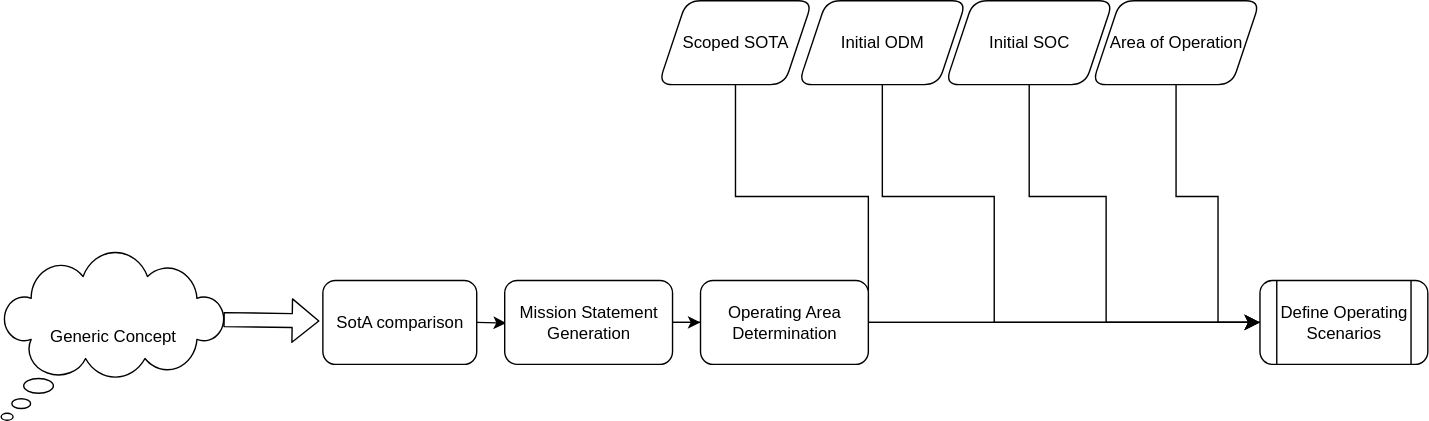
Earlier version of the draw.io export src/diagrams/Step-1.svg (TortoiseFather/sacred-site). Source tidied: cells renumbered, new cells last; positions are measured from the earlier drawing's top-left corner, leaving out a move shared by most shapes.
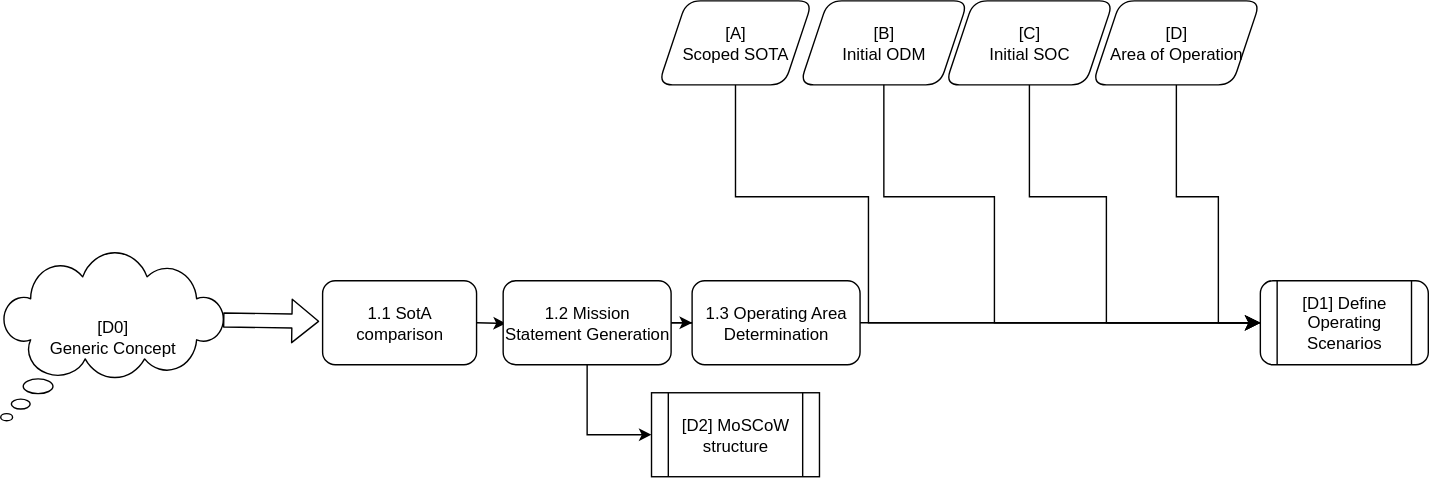
The same diagram one commit later.

What changed in the source:
```diff
@@ -2,7 +2,7 @@
   <root>
     <mxCell id="0" />
     <mxCell id="1" parent="0" />
-    <mxCell id="2" value="Generic Concept" style="whiteSpace=wrap;html=1;shape=mxgraph.basic.cloud_callout;rounded=1;fontColor=#000000;fillColor=#FFFFFF;strokeColor=#000000;" parent="1" vertex="1">
+    <mxCell id="2" value="[D0]&lt;div&gt;Generic Concept&lt;/div&gt;" style="whiteSpace=wrap;html=1;shape=mxgraph.basic.cloud_callout;rounded=1;fontColor=#000000;fillColor=#FFFFFF;strokeColor=#000000;" parent="1" vertex="1">
       <mxGeometry y="180" width="160" height="120" as="geometry" />
     </mxCell>
     <mxCell id="3" style="shape=flexArrow;endArrow=classic;html=1;rounded=1;exitX=0.993;exitY=0.4;exitDx=0;exitDy=0;exitPerimeter=0;entryX=-0.022;entryY=0.483;entryDx=0;entryDy=0;entryPerimeter=0;strokeColor=#000000;" parent="1" edge="1" source="2" target="10">
@@ -21,8 +21,11 @@
     <mxCell id="6" style="edgeStyle=orthogonalEdgeStyle;rounded=0;jettySize=auto;html=1;entryX=0;entryY=0.5;entryDx=0;entryDy=0;strokeColor=#000000;" parent="1" edge="1" source="7" target="12">
       <mxGeometry relative="1" as="geometry" />
     </mxCell>
+    <mxCell id="20" style="edgeStyle=orthogonalEdgeStyle;rounded=0;jettySize=auto;html=1;entryX=0;entryY=0.5;entryDx=0;entryDy=0;strokeColor=#000000;" parent="1" edge="1" source="7" target="21">
+      <mxGeometry relative="1" as="geometry" />
+    </mxCell>
-    <mxCell id="7" value="Mission Statement Generation" style="whiteSpace=wrap;html=1;rounded=1;strokeColor=#000000;fontColor=#000000;fillColor=#FFFFFF;" parent="1" vertex="1">
-      <mxGeometry x="360" y="200" width="120" height="60" as="geometry" />
+    <mxCell id="7" value="1.2 Mission Statement Generation" style="whiteSpace=wrap;html=1;rounded=1;strokeColor=#000000;fontColor=#000000;fillColor=#FFFFFF;" parent="1" vertex="1">
+      <mxGeometry x="359" y="200" width="120" height="60" as="geometry" />
     </mxCell>
     <mxCell id="8" style="edgeStyle=none;curved=0;rounded=0;jettySize=auto;html=1;entryX=0;entryY=0.5;entryDx=0;entryDy=0;fontSize=12;startSize=8;endSize=8;strokeColor=#000000;" parent="1" edge="1" source="9">
       <mxGeometry relative="1" as="geometry">
@@ -34,17 +37,17 @@
         </Array>
       </mxGeometry>
     </mxCell>
-    <mxCell id="9" value="&lt;span style=&quot;color: rgb(0, 0, 0);&quot;&gt;Scoped SOTA&lt;/span&gt;" style="shape=parallelogram;perimeter=parallelogramPerimeter;whiteSpace=wrap;html=1;fixedSize=1;rounded=1;strokeColor=#000000;fontColor=#000000;fillColor=#FFFFFF;" parent="1" vertex="1">
+    <mxCell id="9" value="&lt;div&gt;&lt;span style=&quot;color: rgb(0, 0, 0);&quot;&gt;[A]&lt;/span&gt;&lt;/div&gt;&lt;div&gt;&lt;span style=&quot;color: rgb(0, 0, 0);&quot;&gt;Scoped SOTA&lt;/span&gt;&lt;/div&gt;" style="shape=parallelogram;perimeter=parallelogramPerimeter;whiteSpace=wrap;html=1;fixedSize=1;rounded=1;strokeColor=#000000;fontColor=#000000;fillColor=#FFFFFF;" parent="1" vertex="1">
       <mxGeometry x="470" width="110" height="60" as="geometry" />
     </mxCell>
-    <mxCell id="10" value="SotA comparison" style="rounded=1;whiteSpace=wrap;html=1;strokeColor=#000000;fontColor=#000000;fillColor=#FFFFFF;" parent="1" vertex="1">
+    <mxCell id="10" value="1.1 SotA comparison" style="rounded=1;whiteSpace=wrap;html=1;strokeColor=#000000;fontColor=#000000;fillColor=#FFFFFF;" parent="1" vertex="1">
       <mxGeometry x="230" y="200" width="110" height="60" as="geometry" />
     </mxCell>
     <mxCell id="11" style="edgeStyle=none;curved=1;rounded=1;jettySize=auto;html=1;entryX=0;entryY=0.5;entryDx=0;entryDy=0;fontSize=12;startSize=8;endSize=8;strokeColor=#000000;" parent="1" edge="1" source="12" target="15">
       <mxGeometry relative="1" as="geometry" />
     </mxCell>
-    <mxCell id="12" value="Operating Area Determination" style="rounded=1;whiteSpace=wrap;html=1;strokeColor=#000000;fontColor=#000000;fillColor=#FFFFFF;" parent="1" vertex="1">
-      <mxGeometry x="500" y="200" width="120" height="60" as="geometry" />
+    <mxCell id="12" value="1.3 Operating Area Determination" style="rounded=1;whiteSpace=wrap;html=1;strokeColor=#000000;fontColor=#000000;fillColor=#FFFFFF;" parent="1" vertex="1">
+      <mxGeometry x="494" y="200" width="120" height="60" as="geometry" />
     </mxCell>
     <mxCell id="13" style="edgeStyle=none;curved=0;rounded=0;jettySize=auto;html=1;entryX=0;entryY=0.5;entryDx=0;entryDy=0;fontSize=12;startSize=8;endSize=8;strokeColor=#000000;" parent="1" edge="1" source="14">
       <mxGeometry relative="1" as="geometry">
@@ -56,14 +59,14 @@
         </Array>
       </mxGeometry>
     </mxCell>
-    <mxCell id="14" value="&lt;span style=&quot;color: rgb(0, 0, 0);&quot;&gt;Area of Operation&lt;/span&gt;" style="shape=parallelogram;perimeter=parallelogramPerimeter;whiteSpace=wrap;html=1;fixedSize=1;rounded=1;strokeColor=#000000;fontColor=#000000;fillColor=#FFFFFF;" parent="1" vertex="1">
+    <mxCell id="14" value="[D]&lt;div&gt;&lt;span style=&quot;color: rgb(0, 0, 0);&quot;&gt;Area of Operation&lt;/span&gt;&lt;/div&gt;" style="shape=parallelogram;perimeter=parallelogramPerimeter;whiteSpace=wrap;html=1;fixedSize=1;rounded=1;strokeColor=#000000;fontColor=#000000;fillColor=#FFFFFF;" parent="1" vertex="1">
       <mxGeometry x="780" width="120" height="60" as="geometry" />
     </mxCell>
-    <mxCell id="15" value="Define Operating Scenarios" style="shape=process;whiteSpace=wrap;html=1;backgroundOutline=1;rounded=1;strokeColor=#000000;fontColor=#000000;fillColor=#FFFFFF;" parent="1" vertex="1">
+    <mxCell id="15" value="[D1] Define Operating Scenarios" style="shape=process;whiteSpace=wrap;html=1;backgroundOutline=1;rounded=1;strokeColor=#000000;fontColor=#000000;fillColor=#FFFFFF;" parent="1" vertex="1">
       <mxGeometry x="900" y="200" width="120" height="60" as="geometry" />
     </mxCell>
-    <mxCell id="16" value="&lt;span style=&quot;color: rgb(0, 0, 0);&quot;&gt;Initial ODM&lt;/span&gt;" style="shape=parallelogram;perimeter=parallelogramPerimeter;whiteSpace=wrap;html=1;fixedSize=1;rounded=1;strokeColor=#000000;fontColor=#000000;fillColor=#FFFFFF;" parent="1" vertex="1">
-      <mxGeometry x="570" width="120" height="60" as="geometry" />
+    <mxCell id="16" value="&lt;div&gt;&lt;span style=&quot;color: rgb(0, 0, 0);&quot;&gt;[B]&lt;/span&gt;&lt;/div&gt;&lt;div&gt;&lt;span style=&quot;color: rgb(0, 0, 0);&quot;&gt;Initial ODM&lt;/span&gt;&lt;/div&gt;" style="shape=parallelogram;perimeter=parallelogramPerimeter;whiteSpace=wrap;html=1;fixedSize=1;rounded=1;strokeColor=#000000;fontColor=#000000;fillColor=#FFFFFF;" parent="1" vertex="1">
+      <mxGeometry x="571" width="120" height="60" as="geometry" />
     </mxCell>
     <mxCell id="17" style="edgeStyle=none;curved=0;rounded=0;jettySize=auto;html=1;exitX=0.5;exitY=1;exitDx=0;exitDy=0;entryX=0;entryY=0.5;entryDx=0;entryDy=0;fontSize=12;startSize=8;endSize=8;strokeColor=#000000;" parent="1" edge="1" source="18" target="15">
       <mxGeometry relative="1" as="geometry">
@@ -74,17 +77,20 @@
         </Array>
       </mxGeometry>
     </mxCell>
-    <mxCell id="18" value="&lt;span style=&quot;color: rgb(0, 0, 0);&quot;&gt;Initial SOC&lt;/span&gt;" style="shape=parallelogram;perimeter=parallelogramPerimeter;whiteSpace=wrap;html=1;fixedSize=1;rounded=1;strokeColor=#000000;fontColor=#000000;fillColor=#FFFFFF;" parent="1" vertex="1">
+    <mxCell id="18" value="&lt;span style=&quot;color: rgb(0, 0, 0);&quot;&gt;[C]&lt;/span&gt;&lt;div&gt;&lt;span style=&quot;color: rgb(0, 0, 0);&quot;&gt;Initial SOC&lt;/span&gt;&lt;/div&gt;" style="shape=parallelogram;perimeter=parallelogramPerimeter;whiteSpace=wrap;html=1;fixedSize=1;rounded=1;strokeColor=#000000;fontColor=#000000;fillColor=#FFFFFF;" parent="1" vertex="1">
       <mxGeometry x="675" width="120" height="60" as="geometry" />
     </mxCell>
     <mxCell id="19" style="endArrow=classic;html=1;rounded=0;fontSize=12;startSize=8;endSize=8;curved=0;exitX=0.5;exitY=1;exitDx=0;exitDy=0;entryX=0;entryY=0.5;entryDx=0;entryDy=0;strokeColor=#000000;" parent="1" edge="1" source="16" target="15">
       <mxGeometry relative="1" as="geometry">
         <Array as="points">
-          <mxPoint x="630" y="140" />
+          <mxPoint x="631" y="140" />
           <mxPoint x="710" y="140" />
           <mxPoint x="710" y="230" />
         </Array>
       </mxGeometry>
     </mxCell>
+    <mxCell id="21" value="&lt;div&gt;&lt;span style=&quot;color: rgb(0, 0, 0);&quot;&gt;[D2] MoSCoW structure&lt;/span&gt;&lt;/div&gt;" style="shape=process;whiteSpace=wrap;html=1;backgroundOutline=1;fillColor=#FFFFFF;strokeColor=#000000;" parent="1" vertex="1">
+      <mxGeometry x="465" y="280" width="120" height="60" as="geometry" />
+    </mxCell>
   </root>
 </mxGraphModel>
```
